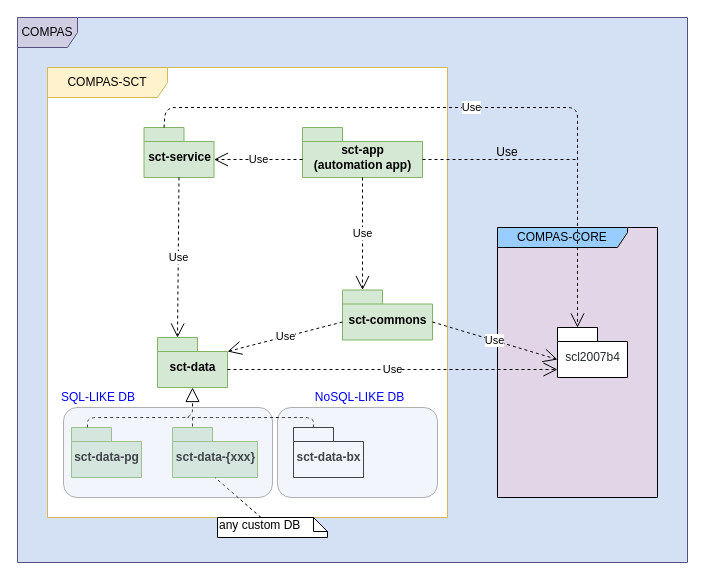
Before: doc/drawio/compas-sct.drawio in com-pas/compas-sct, a draw.io diagram. Source tidied: cells renumbered, new cells numbered last; positions are measured from the earlier drawing's top-left corner, leaving out a move shared by most shapes. Both pictures are drawn from the tidied source at 100%, with x=0, y=0 at pixel (17, 17).
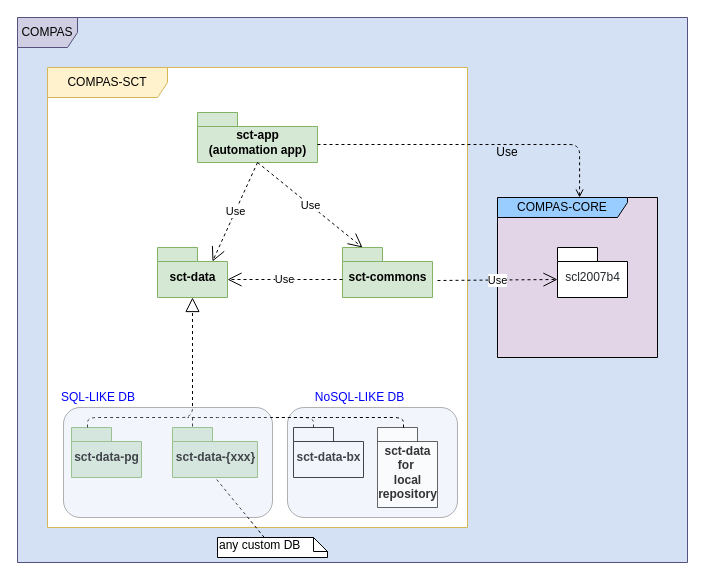
The same page after the edit.

The edit, as a diff of the source:
```diff
@@
     <mxCell id="3" value="COMPAS-SCT" style="shape=umlFrame;whiteSpace=wrap;html=1;width=120;height=30;fillColor=#fff2cc;strokeColor=#d6b656;swimlaneFillColor=#ffffff;" parent="1" vertex="1">
-      <mxGeometry x="30" y="50" width="400" height="450" as="geometry" />
+      <mxGeometry x="30" y="50" width="420" height="460" as="geometry" />
     </mxCell>
     <mxCell id="4" value="COMPAS-CORE" style="shape=umlFrame;whiteSpace=wrap;html=1;width=130;height=20;swimlaneFillColor=#E1D5E7;fillColor=#99CCFF;" parent="1" vertex="1">
-      <mxGeometry x="480" y="210" width="160" height="270" as="geometry" />
+      <mxGeometry x="480" y="180" width="160" height="160" as="geometry" />
     </mxCell>
     <mxCell id="5" value="sct-commons" style="shape=folder;fontStyle=1;spacingTop=10;tabWidth=40;tabHeight=14;tabPosition=left;html=1;fillColor=#d5e8d4;strokeColor=#82b366;" parent="1" vertex="1">
-      <mxGeometry x="325" y="272.5" width="90" height="50" as="geometry" />
+      <mxGeometry x="325" y="230" width="90" height="50" as="geometry" />
     </mxCell>
     <mxCell id="6" value="sct-data" style="shape=folder;fontStyle=1;spacingTop=10;tabWidth=40;tabHeight=14;tabPosition=left;html=1;fillColor=#d5e8d4;strokeColor=#82b366;" parent="1" vertex="1">
-      <mxGeometry x="140" y="320" width="70" height="50" as="geometry" />
+      <mxGeometry x="140" y="230" width="70" height="50" as="geometry" />
     </mxCell>
@@
-    <mxCell id="9" value="sct-service" style="shape=folder;fontStyle=1;spacingTop=10;tabWidth=40;tabHeight=14;tabPosition=left;html=1;fillColor=#d5e8d4;strokeColor=#82b366;" parent="1" vertex="1">
-      <mxGeometry x="126.5" y="110" width="70" height="50" as="geometry" />
-    </mxCell>
     <mxCell id="10" value="sct-app&lt;br&gt;(automation app)" style="shape=folder;fontStyle=1;spacingTop=10;tabWidth=40;tabHeight=14;tabPosition=left;html=1;fillColor=#d5e8d4;strokeColor=#82b366;" parent="1" vertex="1">
-      <mxGeometry x="285" y="110" width="120" height="50" as="geometry" />
+      <mxGeometry x="180" y="95" width="120" height="50" as="geometry" />
     </mxCell>
-    <mxCell id="11" value="Use" style="endArrow=open;endSize=12;dashed=1;html=1;exitX=0.5;exitY=1;exitDx=0;exitDy=0;exitPerimeter=0;entryX=0;entryY=0;entryDx=20;entryDy=0;entryPerimeter=0;" parent="1" edge="1" source="9" target="6">
-      <mxGeometry relative="1" as="geometry" />
-    </mxCell>
@@
-    <mxCell id="13" value="Use" style="endArrow=open;endSize=12;dashed=1;html=1;exitX=0;exitY=0;exitDx=0;exitDy=32;exitPerimeter=0;entryX=0;entryY=0;entryDx=70;entryDy=32;entryPerimeter=0;" parent="1" edge="1" source="10" target="9">
+    <mxCell id="13" value="Use" style="endArrow=open;endSize=12;dashed=1;html=1;exitX=0.5;exitY=1;exitDx=0;exitDy=0;exitPerimeter=0;entryX=0;entryY=0;entryDx=55;entryDy=14;entryPerimeter=0;" parent="1" edge="1" source="10" target="6">
       <mxGeometry relative="1" as="geometry" />
     </mxCell>
@@
     <mxCell id="16" value="&lt;font color=&quot;#24292e&quot; size=&quot;1&quot;&gt;&lt;span style=&quot;font-weight: 400 ; white-space: normal ; font-size: 12px&quot;&gt;scl2007b4&lt;/span&gt;&lt;/font&gt;" style="shape=folder;fontStyle=1;spacingTop=10;tabWidth=40;tabHeight=14;tabPosition=left;html=1;" parent="1" vertex="1">
-      <mxGeometry x="540" y="310" width="70" height="50" as="geometry" />
+      <mxGeometry x="540" y="230" width="70" height="50" as="geometry" />
     </mxCell>
-    <mxCell id="17" value="Use" style="endArrow=open;endSize=12;dashed=1;html=1;exitX=0;exitY=0;exitDx=90;exitDy=32;exitPerimeter=0;entryX=0;entryY=0;entryDx=0;entryDy=32;entryPerimeter=0;" parent="1" edge="1" source="5" target="16">
-      <mxGeometry relative="1" as="geometry" />
+    <mxCell id="17" value="Use" style="endArrow=open;endSize=12;dashed=1;html=1;entryX=0;entryY=0;entryDx=0;entryDy=32;entryPerimeter=0;" parent="1" edge="1" target="16">
+      <mxGeometry relative="1" as="geometry">
+        <mxPoint x="420" y="263" as="sourcePoint" />
+      </mxGeometry>
     </mxCell>
@@
     <mxCell id="20" value="any custom DB" style="shape=note;whiteSpace=wrap;html=1;size=14;verticalAlign=top;align=left;spacingTop=-6;" parent="1" vertex="1">
-      <mxGeometry x="200" y="500" width="110" height="20" as="geometry" />
+      <mxGeometry x="200" y="520" width="110" height="20" as="geometry" />
     </mxCell>
@@
-    <mxCell id="22" value="Use" style="endArrow=open;endSize=12;dashed=1;html=1;exitX=0;exitY=0;exitDx=70;exitDy=32;exitPerimeter=0;" parent="1" edge="1" source="6">
-      <mxGeometry relative="1" as="geometry">
-        <mxPoint x="540" y="352" as="targetPoint" />
-      </mxGeometry>
-    </mxCell>
-    <mxCell id="23" value="Use" style="endArrow=open;endSize=12;dashed=1;html=1;exitX=0;exitY=0;exitDx=0;exitDy=32;exitPerimeter=0;entryX=0;entryY=0;entryDx=70;entryDy=14;entryPerimeter=0;" parent="1" edge="1" source="5" target="6">
+    <mxCell id="23" value="Use" style="endArrow=open;endSize=12;dashed=1;html=1;exitX=0;exitY=0;exitDx=0;exitDy=32;exitPerimeter=0;entryX=0;entryY=0;entryDx=70;entryDy=32;entryPerimeter=0;" parent="1" edge="1" source="5" target="6">
       <mxGeometry relative="1" as="geometry" />
     </mxCell>
-    <mxCell id="24" value="Use" style="endArrow=open;endSize=12;dashed=1;html=1;exitX=0;exitY=0;exitDx=20;exitDy=0;exitPerimeter=0;entryX=0;entryY=0;entryDx=20;entryDy=0;entryPerimeter=0;" parent="1" edge="1" source="9" target="16">
-      <mxGeometry relative="1" as="geometry">
-        <Array as="points">
-          <mxPoint x="148" y="90" />
-          <mxPoint x="530" y="90" />
-          <mxPoint x="560" y="90" />
-        </Array>
-      </mxGeometry>
-    </mxCell>
-    <mxCell id="25" style="endArrow=none;dashed=1;html=1;exitX=0;exitY=0;exitDx=120;exitDy=32;exitPerimeter=0;" parent="1" edge="1" source="10">
-      <mxGeometry relative="1" as="geometry">
-        <mxPoint x="560" y="142" as="targetPoint" />
-      </mxGeometry>
+    <mxCell id="25" style="endArrow=open;dashed=1;html=1;exitX=0;exitY=0;exitDx=120;exitDy=32;exitPerimeter=0;entryX=0.513;entryY=0;entryDx=0;entryDy=0;entryPerimeter=0;edgeStyle=orthogonalEdgeStyle;endFill=0;" parent="1" edge="1" source="10" target="4">
+      <mxGeometry relative="1" as="geometry" />
     </mxCell>
@@
     <mxCell id="27" style="rounded=1;whiteSpace=wrap;html=1;opacity=30;fillColor=#D4E1F5;" parent="1" vertex="1">
-      <mxGeometry x="46" y="390" width="209" height="90" as="geometry" />
+      <mxGeometry x="46" y="390" width="209" height="110" as="geometry" />
     </mxCell>
     <mxCell id="28" style="rounded=1;whiteSpace=wrap;html=1;opacity=30;fillColor=#D4E1F5;" parent="1" vertex="1">
-      <mxGeometry x="260" y="390" width="160" height="90" as="geometry" />
+      <mxGeometry x="270" y="390" width="170" height="110" as="geometry" />
     </mxCell>
@@
+    <mxCell id="31" value="&lt;font color=&quot;#333333&quot;&gt;sct-data&lt;br&gt;for&amp;nbsp;&lt;br&gt;local &lt;br&gt;repository&lt;/font&gt;" style="shape=folder;fontStyle=1;spacingTop=10;tabWidth=40;tabHeight=14;tabPosition=left;html=1;opacity=60;" parent="1" vertex="1">
+      <mxGeometry x="360" y="410" width="60" height="80" as="geometry" />
+    </mxCell>
+    <mxCell id="32" style="endArrow=none;dashed=1;html=1;exitX=0;exitY=0;exitDx=20;exitDy=0;exitPerimeter=0;" parent="1" edge="1">
+      <mxGeometry relative="1" as="geometry">
+        <mxPoint x="386" y="410" as="sourcePoint" />
+        <mxPoint x="260" y="400" as="targetPoint" />
+        <Array as="points">
+          <mxPoint x="386" y="400" />
+          <mxPoint x="320" y="400" />
+          <mxPoint x="300" y="400" />
+        </Array>
+      </mxGeometry>
+    </mxCell>
```
